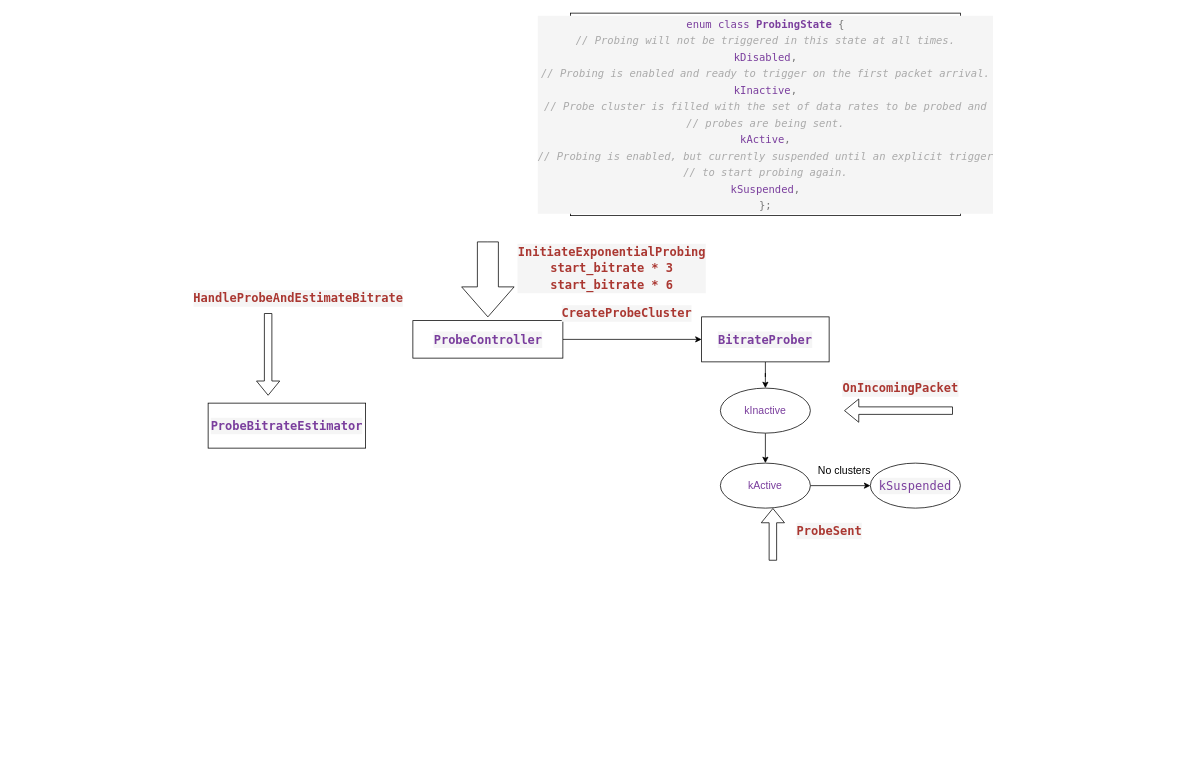
Earlier version of the draw.io diagram page "probe" (4 of 4) of congestion.drawio (shcalm/repo_drawio). Source tidied: cells renumbered, new cells numbered last; positions are measured from the earlier drawing's top-left corner, leaving out a move shared by most shapes. Both pictures are drawn from the tidied source at 75%, with x=0, y=0 at pixel (185, 13).
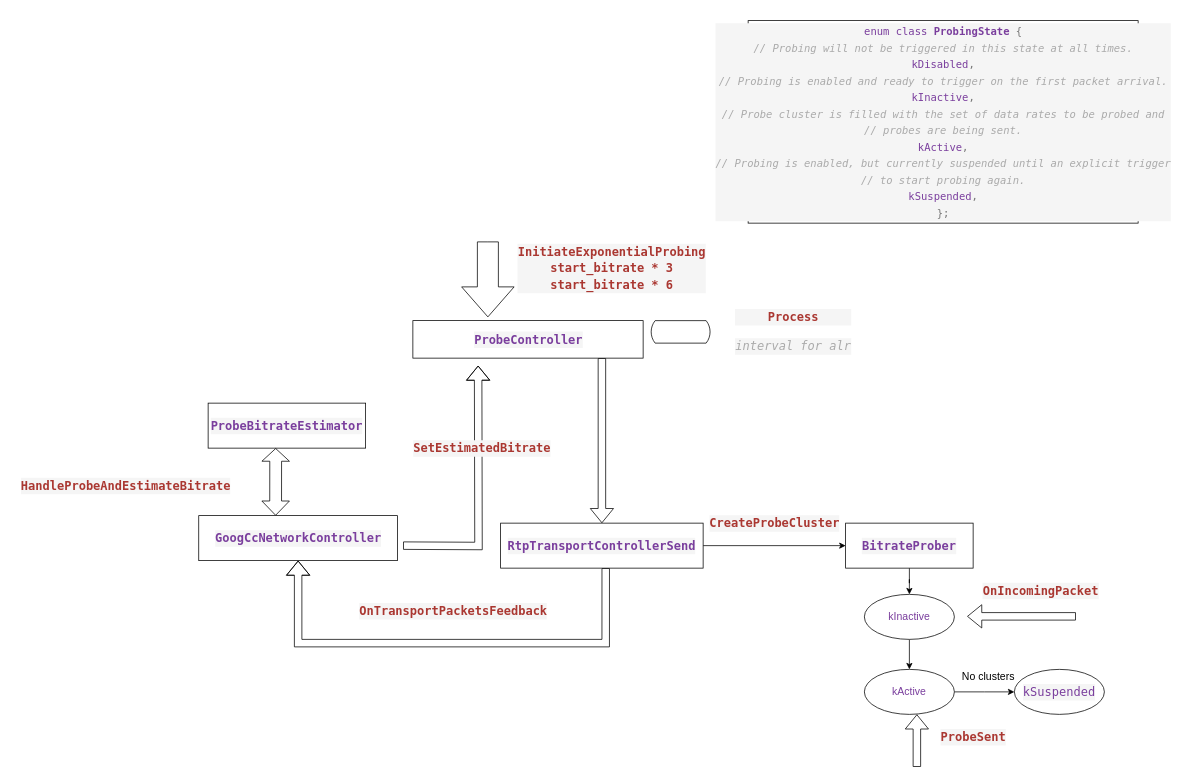
After the change.

Unchanged cells that the change refers to:
```xml
<mxCell id="20" value="&lt;div style=&quot;color: rgb(51, 51, 51); background-color: rgb(245, 245, 245); font-family: &amp;quot;Droid Sans Mono&amp;quot;, &amp;quot;monospace&amp;quot;, monospace; font-weight: normal; font-size: 16px; line-height: 22px;&quot;&gt;&lt;div&gt;&lt;span style=&quot;color: #7a3e9d;font-weight: bold;&quot;&gt;ProbeBitrateEstimator&lt;/span&gt;&lt;/div&gt;&lt;/div&gt;" style="rounded=0;whiteSpace=wrap;html=1;fontSize=14;" parent="1" vertex="1">
  <mxGeometry x="30" y="520" width="210" height="60" as="geometry" />
</mxCell>
```

Diff of the diagram source:
```diff
@@
-    <mxCell id="2" style="edgeStyle=orthogonalEdgeStyle;rounded=0;jettySize=auto;html=1;fontSize=14;" parent="1" edge="1" source="3" target="8">
+    <mxCell id="2" style="edgeStyle=orthogonalEdgeStyle;rounded=0;jettySize=auto;html=1;fontSize=14;" parent="1" edge="1" source="28" target="8">
       <mxGeometry relative="1" as="geometry" />
     </mxCell>
+    <mxCell id="23" style="edgeStyle=orthogonalEdgeStyle;shape=flexArrow;rounded=0;jettySize=auto;html=1;fontSize=14;exitX=0.821;exitY=1;exitDx=0;exitDy=0;exitPerimeter=0;" parent="1" edge="1" source="3" target="28">
+      <mxGeometry relative="1" as="geometry" />
+    </mxCell>
     <mxCell id="3" value="&lt;div style=&quot;color: rgb(51, 51, 51); background-color: rgb(245, 245, 245); font-family: &amp;quot;Droid Sans Mono&amp;quot;, &amp;quot;monospace&amp;quot;, monospace; font-weight: normal; font-size: 16px; line-height: 22px;&quot;&gt;&lt;div&gt;&lt;span style=&quot;color: #7a3e9d;font-weight: bold;&quot;&gt;ProbeController&lt;/span&gt;&lt;/div&gt;&lt;/div&gt;" style="html=1;dashed=0;whitespace=wrap;" parent="1" vertex="1">
-      <mxGeometry x="303" y="410" width="200" height="50" as="geometry" />
+      <mxGeometry x="303" y="410" width="307" height="50" as="geometry" />
     </mxCell>
@@
     <mxCell id="6" value="&lt;div style=&quot;color: rgb(51, 51, 51); background-color: rgb(245, 245, 245); font-family: &amp;quot;Droid Sans Mono&amp;quot;, &amp;quot;monospace&amp;quot;, monospace; font-weight: normal; font-size: 14px; line-height: 22px;&quot;&gt;&lt;div&gt;&lt;font style=&quot;font-size: 14px;&quot;&gt;&lt;span style=&quot;color: #333333;&quot;&gt;  &lt;/span&gt;&lt;span style=&quot;color: #7a3e9d;&quot;&gt;enum&lt;/span&gt;&lt;span style=&quot;color: #333333;&quot;&gt; &lt;/span&gt;&lt;span style=&quot;color: #7a3e9d;&quot;&gt;class&lt;/span&gt;&lt;span style=&quot;color: #333333;&quot;&gt; &lt;/span&gt;&lt;span style=&quot;color: #7a3e9d;font-weight: bold;&quot;&gt;ProbingState&lt;/span&gt;&lt;span style=&quot;color: #333333;&quot;&gt; &lt;/span&gt;&lt;span style=&quot;color: #777777;&quot;&gt;{&lt;/span&gt;&lt;/font&gt;&lt;/div&gt;&lt;div&gt;&lt;font style=&quot;font-size: 14px;&quot;&gt;&lt;span style=&quot;color: #aaaaaa;font-style: italic;&quot;&gt;    // Probing will not be triggered in this state at all times.&lt;/span&gt;&lt;/font&gt;&lt;/div&gt;&lt;div&gt;&lt;font style=&quot;font-size: 14px;&quot;&gt;&lt;span style=&quot;color: #333333;&quot;&gt;    &lt;/span&gt;&lt;span style=&quot;color: #7a3e9d;&quot;&gt;kDisabled&lt;/span&gt;&lt;span style=&quot;color: #777777;&quot;&gt;,&lt;/span&gt;&lt;/font&gt;&lt;/div&gt;&lt;div&gt;&lt;font style=&quot;font-size: 14px;&quot;&gt;&lt;span style=&quot;color: #aaaaaa;font-style: italic;&quot;&gt;    // Probing is enabled and ready to trigger on the first packet arrival.&lt;/span&gt;&lt;/font&gt;&lt;/div&gt;&lt;div&gt;&lt;font style=&quot;font-size: 14px;&quot;&gt;&lt;span style=&quot;color: #333333;&quot;&gt;    &lt;/span&gt;&lt;span style=&quot;color: #7a3e9d;&quot;&gt;kInactive&lt;/span&gt;&lt;span style=&quot;color: #777777;&quot;&gt;,&lt;/span&gt;&lt;/font&gt;&lt;/div&gt;&lt;div&gt;&lt;font style=&quot;font-size: 14px;&quot;&gt;&lt;span style=&quot;color: #aaaaaa;font-style: italic;&quot;&gt;    // Probe cluster is filled with the set of data rates to be probed and&lt;/span&gt;&lt;/font&gt;&lt;/div&gt;&lt;div&gt;&lt;font style=&quot;font-size: 14px;&quot;&gt;&lt;span style=&quot;color: #aaaaaa;font-style: italic;&quot;&gt;    // probes are being sent.&lt;/span&gt;&lt;/font&gt;&lt;/div&gt;&lt;div&gt;&lt;font style=&quot;font-size: 14px;&quot;&gt;&lt;span style=&quot;color: #333333;&quot;&gt;    &lt;/span&gt;&lt;span style=&quot;color: #7a3e9d;&quot;&gt;kActive&lt;/span&gt;&lt;span style=&quot;color: #777777;&quot;&gt;,&lt;/span&gt;&lt;/font&gt;&lt;/div&gt;&lt;div&gt;&lt;font style=&quot;font-size: 14px;&quot;&gt;&lt;span style=&quot;color: #aaaaaa;font-style: italic;&quot;&gt;    // Probing is enabled, but currently suspended until an explicit trigger&lt;/span&gt;&lt;/font&gt;&lt;/div&gt;&lt;div&gt;&lt;font style=&quot;font-size: 14px;&quot;&gt;&lt;span style=&quot;color: #aaaaaa;font-style: italic;&quot;&gt;    // to start probing again.&lt;/span&gt;&lt;/font&gt;&lt;/div&gt;&lt;div&gt;&lt;font style=&quot;font-size: 14px;&quot;&gt;&lt;span style=&quot;color: #333333;&quot;&gt;    &lt;/span&gt;&lt;span style=&quot;color: #7a3e9d;&quot;&gt;kSuspended&lt;/span&gt;&lt;span style=&quot;color: #777777;&quot;&gt;,&lt;/span&gt;&lt;/font&gt;&lt;/div&gt;&lt;div&gt;&lt;font style=&quot;font-size: 14px;&quot;&gt;&lt;span style=&quot;color: #333333;&quot;&gt;  &lt;/span&gt;&lt;span style=&quot;color: #777777;&quot;&gt;};&lt;/span&gt;&lt;/font&gt;&lt;/div&gt;&lt;/div&gt;" style="html=1;dashed=0;whitespace=wrap;" parent="1" vertex="1">
-      <mxGeometry x="513" width="520" height="270" as="geometry" />
+      <mxGeometry x="750" y="10" width="520" height="270" as="geometry" />
     </mxCell>
@@
     <mxCell id="8" value="&lt;div style=&quot;color: rgb(51, 51, 51); background-color: rgb(245, 245, 245); font-family: &amp;quot;Droid Sans Mono&amp;quot;, &amp;quot;monospace&amp;quot;, monospace; font-weight: normal; font-size: 16px; line-height: 22px;&quot;&gt;&lt;div&gt;&lt;span style=&quot;color: #7a3e9d;font-weight: bold;&quot;&gt;BitrateProber&lt;/span&gt;&lt;/div&gt;&lt;/div&gt;" style="whiteSpace=wrap;html=1;dashed=0;" parent="1" vertex="1">
-      <mxGeometry x="688" y="405" width="170" height="60" as="geometry" />
+      <mxGeometry x="880" y="680" width="170" height="60" as="geometry" />
     </mxCell>
     <mxCell id="9" value="&lt;div style=&quot;color: rgb(51, 51, 51); background-color: rgb(245, 245, 245); font-family: &amp;quot;Droid Sans Mono&amp;quot;, &amp;quot;monospace&amp;quot;, monospace; font-weight: normal; font-size: 16px; line-height: 22px;&quot;&gt;&lt;div&gt;&lt;span style=&quot;color: #aa3731;font-weight: bold;&quot;&gt;CreateProbeCluster&lt;/span&gt;&lt;/div&gt;&lt;/div&gt;" style="text;html=1;align=center;verticalAlign=middle;strokeColor=none;fillColor=none;fontSize=14;" parent="1" vertex="1">
-      <mxGeometry x="488" y="380" width="200" height="40" as="geometry" />
+      <mxGeometry x="685" y="660" width="200" height="40" as="geometry" />
     </mxCell>
@@
     <mxCell id="11" value="&lt;font style=&quot;font-size: 14px;&quot;&gt;&lt;span style=&quot;color: #333333;&quot;&gt;&lt;/span&gt;&lt;span style=&quot;color: #7a3e9d;&quot;&gt;kInactive&lt;/span&gt;&lt;span style=&quot;color: #777777;&quot;&gt;&lt;/span&gt;&lt;/font&gt;" style="ellipse;whiteSpace=wrap;html=1;dashed=0;" parent="1" vertex="1">
-      <mxGeometry x="713" y="500" width="120" height="60" as="geometry" />
+      <mxGeometry x="905" y="775" width="120" height="60" as="geometry" />
     </mxCell>
     <mxCell id="12" style="shape=flexArrow;endArrow=classic;html=1;rounded=0;fontSize=14;" parent="1" edge="1">
       <mxGeometry relative="1" as="geometry">
-        <mxPoint x="1023" y="530" as="sourcePoint" />
-        <mxPoint x="878" y="530" as="targetPoint" />
+        <mxPoint x="1187" y="804.3" as="sourcePoint" />
+        <mxPoint x="1042" y="804.3" as="targetPoint" />
       </mxGeometry>
     </mxCell>
     <mxCell id="13" value="&lt;div style=&quot;color: rgb(51, 51, 51); background-color: rgb(245, 245, 245); font-family: &amp;quot;Droid Sans Mono&amp;quot;, &amp;quot;monospace&amp;quot;, monospace; font-weight: normal; font-size: 16px; line-height: 22px;&quot;&gt;&lt;div&gt;&lt;span style=&quot;color: #aa3731;font-weight: bold;&quot;&gt;OnIncomingPacket&lt;/span&gt;&lt;/div&gt;&lt;/div&gt;" style="text;html=1;align=center;verticalAlign=middle;strokeColor=none;fillColor=none;fontSize=14;" parent="1" vertex="1">
-      <mxGeometry x="863" y="480" width="180" height="40" as="geometry" />
+      <mxGeometry x="1050" y="750" width="180" height="40" as="geometry" />
     </mxCell>
-    <mxCell id="14" style="edgeStyle=orthogonalEdgeStyle;rounded=0;jettySize=auto;html=1;fontSize=14;" parent="1" edge="1" source="15" target="16">
-      <mxGeometry relative="1" as="geometry" />
+    <mxCell id="14" style="edgeStyle=orthogonalEdgeStyle;rounded=0;jettySize=auto;html=1;fontSize=14;" parent="1" edge="1" source="15">
+      <mxGeometry relative="1" as="geometry">
+        <mxPoint x="1105" y="905" as="targetPoint" />
+      </mxGeometry>
     </mxCell>
     <mxCell id="15" value="&lt;font style=&quot;font-size: 14px;&quot;&gt;&lt;span style=&quot;color: #333333;&quot;&gt;&lt;/span&gt;&lt;span style=&quot;color: #7a3e9d;&quot;&gt;kActive&lt;/span&gt;&lt;span style=&quot;color: #777777;&quot;&gt;&lt;/span&gt;&lt;/font&gt;" style="ellipse;whiteSpace=wrap;html=1;dashed=0;" parent="1" vertex="1">
-      <mxGeometry x="713" y="600" width="120" height="60" as="geometry" />
+      <mxGeometry x="905" y="875" width="120" height="60" as="geometry" />
     </mxCell>
     <mxCell id="16" value="&lt;div style=&quot;color: rgb(51, 51, 51); background-color: rgb(245, 245, 245); font-family: &amp;quot;Droid Sans Mono&amp;quot;, &amp;quot;monospace&amp;quot;, monospace; font-weight: normal; font-size: 16px; line-height: 22px;&quot;&gt;&lt;div&gt;&lt;span style=&quot;color: #7a3e9d;&quot;&gt;kSuspended&lt;/span&gt;&lt;/div&gt;&lt;/div&gt;" style="ellipse;whiteSpace=wrap;html=1;dashed=0;" parent="1" vertex="1">
-      <mxGeometry x="913" y="600" width="120" height="60" as="geometry" />
+      <mxGeometry x="1105" y="875" width="120" height="60" as="geometry" />
     </mxCell>
     <mxCell id="17" value="No clusters" style="text;html=1;align=center;verticalAlign=middle;strokeColor=none;fillColor=none;fontSize=14;" parent="1" vertex="1">
-      <mxGeometry x="833" y="595" width="90" height="30" as="geometry" />
+      <mxGeometry x="1025" y="870" width="90" height="30" as="geometry" />
     </mxCell>
     <mxCell id="18" style="shape=flexArrow;endArrow=classic;html=1;rounded=0;fontSize=14;" parent="1" edge="1">
       <mxGeometry relative="1" as="geometry">
-        <mxPoint x="783" y="730" as="sourcePoint" />
-        <mxPoint x="783" y="660" as="targetPoint" />
+        <mxPoint x="975" y="1005" as="sourcePoint" />
+        <mxPoint x="975" y="935" as="targetPoint" />
       </mxGeometry>
     </mxCell>
     <mxCell id="19" value="&lt;div style=&quot;color: rgb(51, 51, 51); background-color: rgb(245, 245, 245); font-family: &amp;quot;Droid Sans Mono&amp;quot;, &amp;quot;monospace&amp;quot;, monospace; font-weight: normal; font-size: 16px; line-height: 22px;&quot;&gt;&lt;div&gt;&lt;span style=&quot;color: #aa3731;font-weight: bold;&quot;&gt;ProbeSent&lt;/span&gt;&lt;/div&gt;&lt;/div&gt;" style="text;html=1;align=center;verticalAlign=middle;strokeColor=none;fillColor=none;fontSize=14;" parent="1" vertex="1">
-      <mxGeometry x="803" y="670" width="110" height="40" as="geometry" />
+      <mxGeometry x="995" y="945" width="110" height="40" as="geometry" />
     </mxCell>
+    <mxCell id="24" style="edgeStyle=orthogonalEdgeStyle;rounded=0;orthogonalLoop=1;jettySize=auto;html=1;fontSize=14;shape=flexArrow;" parent="1" edge="1">
+      <mxGeometry relative="1" as="geometry">
+        <mxPoint x="290" y="710" as="sourcePoint" />
+        <mxPoint x="390" y="470" as="targetPoint" />
+      </mxGeometry>
+    </mxCell>
@@
-    <mxCell id="21" style="shape=flexArrow;endArrow=classic;html=1;rounded=0;fontSize=14;" parent="1" edge="1">
+    <mxCell id="21" style="shape=flexArrow;endArrow=classic;html=1;rounded=0;fontSize=14;width=15.714285714285715;endSize=5.328571428571429;entryX=0.429;entryY=1;entryDx=0;entryDy=0;entryPerimeter=0;startArrow=block;" parent="1" edge="1" target="20">
       <mxGeometry relative="1" as="geometry">
-        <mxPoint x="110" y="400" as="sourcePoint" />
-        <mxPoint x="110" y="510" as="targetPoint" />
+        <mxPoint x="120" y="670" as="sourcePoint" />
       </mxGeometry>
     </mxCell>
     <mxCell id="22" value="&lt;div style=&quot;color: rgb(51, 51, 51); background-color: rgb(245, 245, 245); font-family: &amp;quot;Droid Sans Mono&amp;quot;, &amp;quot;monospace&amp;quot;, monospace; font-weight: normal; font-size: 16px; line-height: 22px;&quot;&gt;&lt;div&gt;&lt;span style=&quot;color: #aa3731;font-weight: bold;&quot;&gt;HandleProbeAndEstimateBitrate&lt;/span&gt;&lt;/div&gt;&lt;/div&gt;" style="text;html=1;align=center;verticalAlign=middle;strokeColor=none;fillColor=none;fontSize=14;" parent="1" vertex="1">
-      <mxGeometry y="360" width="300" height="40" as="geometry" />
+      <mxGeometry x="-230" y="610" width="300" height="40" as="geometry" />
     </mxCell>
+    <mxCell id="25" value="&lt;div style=&quot;color: rgb(51, 51, 51); background-color: rgb(245, 245, 245); font-family: &amp;quot;Droid Sans Mono&amp;quot;, &amp;quot;monospace&amp;quot;, monospace; font-weight: normal; font-size: 16px; line-height: 22px;&quot;&gt;&lt;div&gt;&lt;span style=&quot;color: #aa3731;font-weight: bold;&quot;&gt;SetEstimatedBitrate&lt;/span&gt;&lt;/div&gt;&lt;/div&gt;" style="text;html=1;align=center;verticalAlign=middle;strokeColor=none;fillColor=none;fontSize=14;" parent="1" vertex="1">
+      <mxGeometry x="290" y="560" width="210" height="40" as="geometry" />
+    </mxCell>
+    <mxCell id="26" value="&lt;div style=&quot;color: rgb(51, 51, 51); background-color: rgb(245, 245, 245); font-family: &amp;quot;Droid Sans Mono&amp;quot;, &amp;quot;monospace&amp;quot;, monospace; font-weight: normal; font-size: 16px; line-height: 22px;&quot;&gt;&lt;div&gt;&lt;span style=&quot;color: #7a3e9d;font-weight: bold;&quot;&gt;GoogCcNetworkController&lt;/span&gt;&lt;/div&gt;&lt;/div&gt;" style="whiteSpace=wrap;html=1;fontSize=14;rounded=0;" parent="1" vertex="1">
+      <mxGeometry x="17.5" y="670" width="265" height="60" as="geometry" />
+    </mxCell>
+    <mxCell id="27" style="edgeStyle=orthogonalEdgeStyle;shape=flexArrow;rounded=0;jettySize=auto;html=1;fontSize=14;entryX=0.5;entryY=1;entryDx=0;entryDy=0;exitX=0.519;exitY=1;exitDx=0;exitDy=0;exitPerimeter=0;" parent="1" edge="1" source="28" target="26">
+      <mxGeometry relative="1" as="geometry">
+        <Array as="points">
+          <mxPoint x="560" y="840" />
+          <mxPoint x="150" y="840" />
+        </Array>
+      </mxGeometry>
+    </mxCell>
+    <mxCell id="28" value="&lt;div style=&quot;color: rgb(51, 51, 51); background-color: rgb(245, 245, 245); font-family: &amp;quot;Droid Sans Mono&amp;quot;, &amp;quot;monospace&amp;quot;, monospace; font-weight: normal; font-size: 16px; line-height: 22px;&quot;&gt;&lt;div&gt;&lt;span style=&quot;color: #7a3e9d;font-weight: bold;&quot;&gt;RtpTransportControllerSend&lt;/span&gt;&lt;/div&gt;&lt;/div&gt;" style="whiteSpace=wrap;html=1;dashed=0;" parent="1" vertex="1">
+      <mxGeometry x="420" y="680" width="270" height="60" as="geometry" />
+    </mxCell>
+    <mxCell id="29" value="&lt;div style=&quot;color: rgb(51, 51, 51); background-color: rgb(245, 245, 245); font-family: &amp;quot;Droid Sans Mono&amp;quot;, &amp;quot;monospace&amp;quot;, monospace; font-weight: normal; font-size: 16px; line-height: 22px;&quot;&gt;&lt;div&gt;&lt;span style=&quot;color: #aa3731;font-weight: bold;&quot;&gt;OnTransportPacketsFeedback&lt;/span&gt;&lt;/div&gt;&lt;/div&gt;" style="text;whiteSpace=wrap;html=1;fontSize=14;" parent="1" vertex="1">
+      <mxGeometry x="230" y="780" width="280" height="50" as="geometry" />
+    </mxCell>
+    <mxCell id="30" style="html=1;dashed=0;whitespace=wrap;shape=mxgraph.dfd.loop;fontSize=14;" parent="1" vertex="1">
+      <mxGeometry x="620" y="410" width="80" height="30" as="geometry" />
+    </mxCell>
+    <mxCell id="31" value="&lt;div style=&quot;color: rgb(51, 51, 51); background-color: rgb(245, 245, 245); font-family: &amp;quot;Droid Sans Mono&amp;quot;, &amp;quot;monospace&amp;quot;, monospace; font-weight: normal; font-size: 16px; line-height: 22px;&quot;&gt;&lt;div&gt;&lt;span style=&quot;color: #aa3731;font-weight: bold;&quot;&gt;Process&lt;/span&gt;&lt;/div&gt;&lt;/div&gt;&amp;nbsp;&lt;div style=&quot;color: rgb(51, 51, 51); background-color: rgb(245, 245, 245); font-family: &amp;quot;Droid Sans Mono&amp;quot;, &amp;quot;monospace&amp;quot;, monospace; font-weight: normal; font-size: 16px; line-height: 22px;&quot;&gt;&lt;div&gt;&lt;span style=&quot;color: #aaaaaa;font-style: italic;&quot;&gt;interval for alr&lt;br&gt;&lt;/span&gt;&lt;/div&gt;&lt;/div&gt;" style="text;html=1;align=center;verticalAlign=middle;strokeColor=none;fillColor=none;fontSize=14;" parent="1" vertex="1">
+      <mxGeometry x="720" y="390" width="180" height="70" as="geometry" />
+    </mxCell>
```
